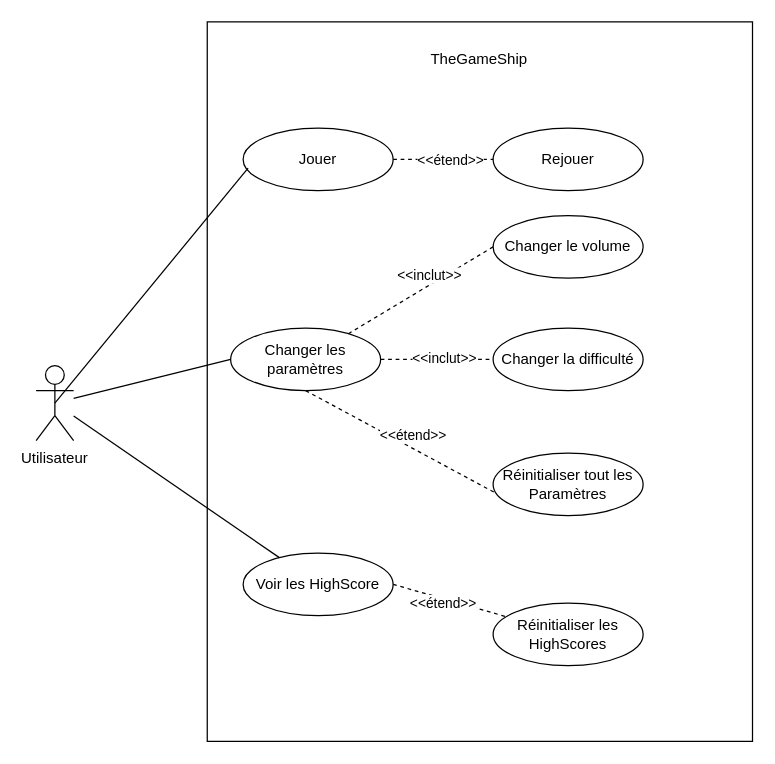
The draw.io diagram Doc/CasDutilisation/CasDutilisation.drawio in Jami-INF/TheGameShipAndroid, before the edit. Source tidied: cells renumbered, new cells numbered last; positions are measured from the earlier drawing's top-left corner, leaving out a move shared by most shapes. Both pictures are drawn from the tidied source at 125%, with x=0, y=0 at pixel (35, 40).
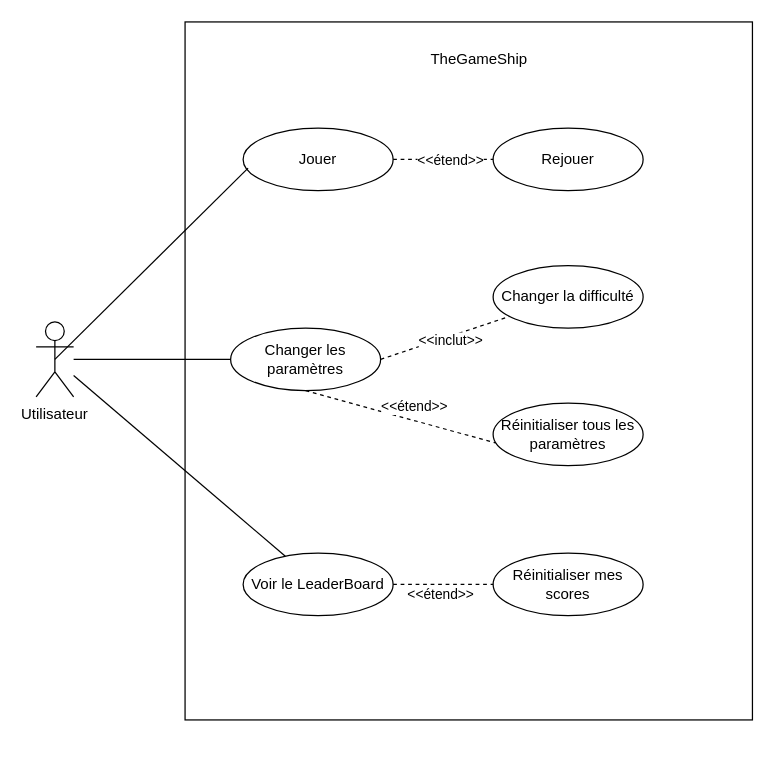
The same page after the edit.

Commit message (it also covers changes not shown here):
Mise à jour de la doc (diagrammes)

The change refers to these unchanged cells:
```xml
<mxCell id="6" value="Changer les paramètres" style="ellipse;whiteSpace=wrap;html=1;" parent="1" vertex="1">
  <mxGeometry x="156" y="230" width="120" height="50" as="geometry" />
</mxCell>
```

What changed in the source:
```diff
@@
     <mxCell id="2" style="rounded=0;whiteSpace=wrap;html=1;rotation=90;" parent="1" vertex="1">
-      <mxGeometry x="67.6" y="54.7" width="575.6" height="436.2" as="geometry" />
+      <mxGeometry x="67.3" y="37.3" width="558.4" height="453.9" as="geometry" />
     </mxCell>
     <mxCell id="3" value="&lt;div&gt;Utilisateur&lt;/div&gt;" style="shape=umlActor;verticalLabelPosition=bottom;verticalAlign=top;html=1;outlineConnect=0;" parent="1" vertex="1">
-      <mxGeometry x="0.4" y="260" width="30" height="60" as="geometry" />
+      <mxGeometry x="0.4" y="225" width="30" height="60" as="geometry" />
     </mxCell>
@@
-    <mxCell id="7" value="Voir les HighScore" style="ellipse;whiteSpace=wrap;html=1;" parent="1" vertex="1">
+    <mxCell id="7" value="Voir le LeaderBoard" style="ellipse;whiteSpace=wrap;html=1;" parent="1" vertex="1">
       <mxGeometry x="166" y="410" width="120" height="50" as="geometry" />
     </mxCell>
-    <mxCell id="8" value="Changer le volume" style="ellipse;whiteSpace=wrap;html=1;" parent="1" vertex="1">
-      <mxGeometry x="366" y="140" width="120" height="50" as="geometry" />
-    </mxCell>
     <mxCell id="9" value="Changer la difficulté" style="ellipse;whiteSpace=wrap;html=1;" parent="1" vertex="1">
-      <mxGeometry x="366" y="230" width="120" height="50" as="geometry" />
+      <mxGeometry x="366" y="180" width="120" height="50" as="geometry" />
     </mxCell>
@@
-    <mxCell id="18" style="endArrow=none;dashed=1;html=1;rounded=0;entryX=0;entryY=0.5;entryDx=0;entryDy=0;" parent="1" edge="1" source="6" target="8">
-      <mxGeometry relative="1" as="geometry" />
-    </mxCell>
-    <mxCell id="19" value="&amp;lt;&amp;lt;inclut&amp;gt;&amp;gt;" style="edgeLabel;html=1;align=center;verticalAlign=middle;" parent="18" vertex="1">
-      <mxGeometry x="0.36" y="-1" relative="1" as="geometry">
-        <mxPoint x="-15" as="offset" />
-      </mxGeometry>
-    </mxCell>
-    <mxCell id="20" value="Réinitialiser les HighScores" style="ellipse;whiteSpace=wrap;html=1;" parent="1" vertex="1">
-      <mxGeometry x="366" y="450" width="120" height="50" as="geometry" />
+    <mxCell id="20" value="Réinitialiser mes scores" style="ellipse;whiteSpace=wrap;html=1;" parent="1" vertex="1">
+      <mxGeometry x="366" y="410" width="120" height="50" as="geometry" />
     </mxCell>
@@
-    <mxCell id="23" value="Réinitialiser tout les Paramètres" style="ellipse;whiteSpace=wrap;html=1;" parent="1" vertex="1">
-      <mxGeometry x="366" y="330" width="120" height="50" as="geometry" />
+    <mxCell id="23" value="Réinitialiser tous les paramètres" style="ellipse;whiteSpace=wrap;html=1;" parent="1" vertex="1">
+      <mxGeometry x="366" y="290" width="120" height="50" as="geometry" />
     </mxCell>
```
